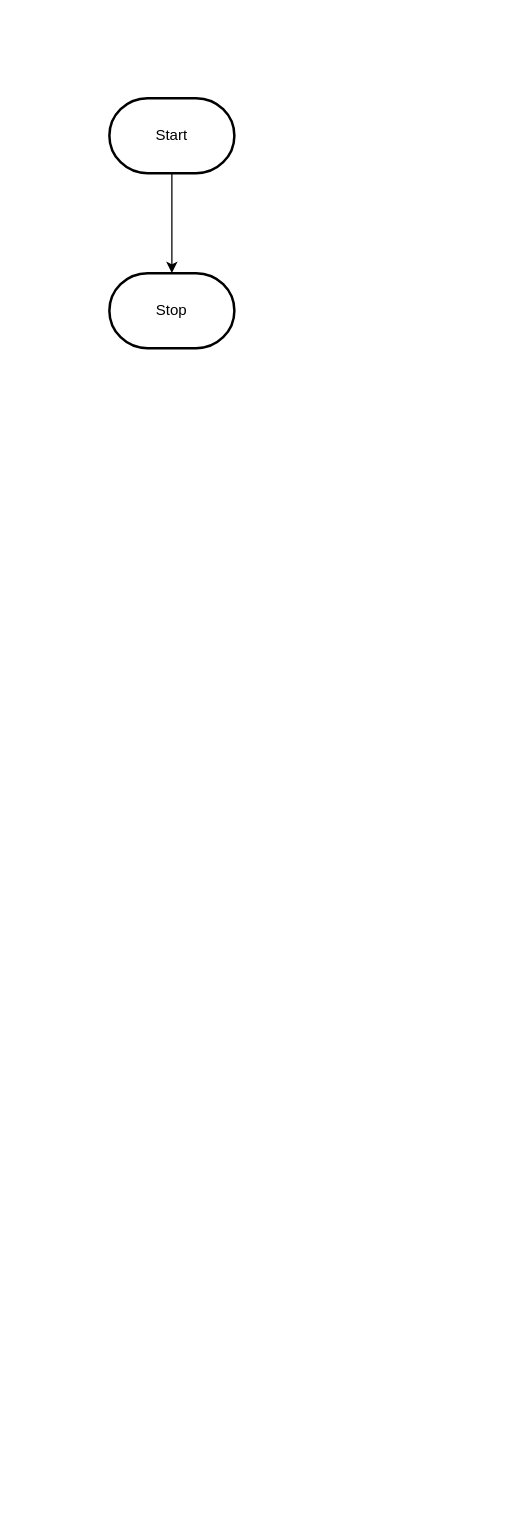
MTHS-ICD2O-1-2024/ICD2O-Final-Project-adrina.peighambarzadeh keeps this draw.io diagram as design/flowchart.drawio. Above is the earlier version. Source tidied: cells renumbered, new cells numbered last; positions are measured from the earlier drawing's top-left corner, leaving out a move shared by most shapes. Both pictures are drawn from the tidied source at 125%, with x=0, y=0 at pixel (109, 98).
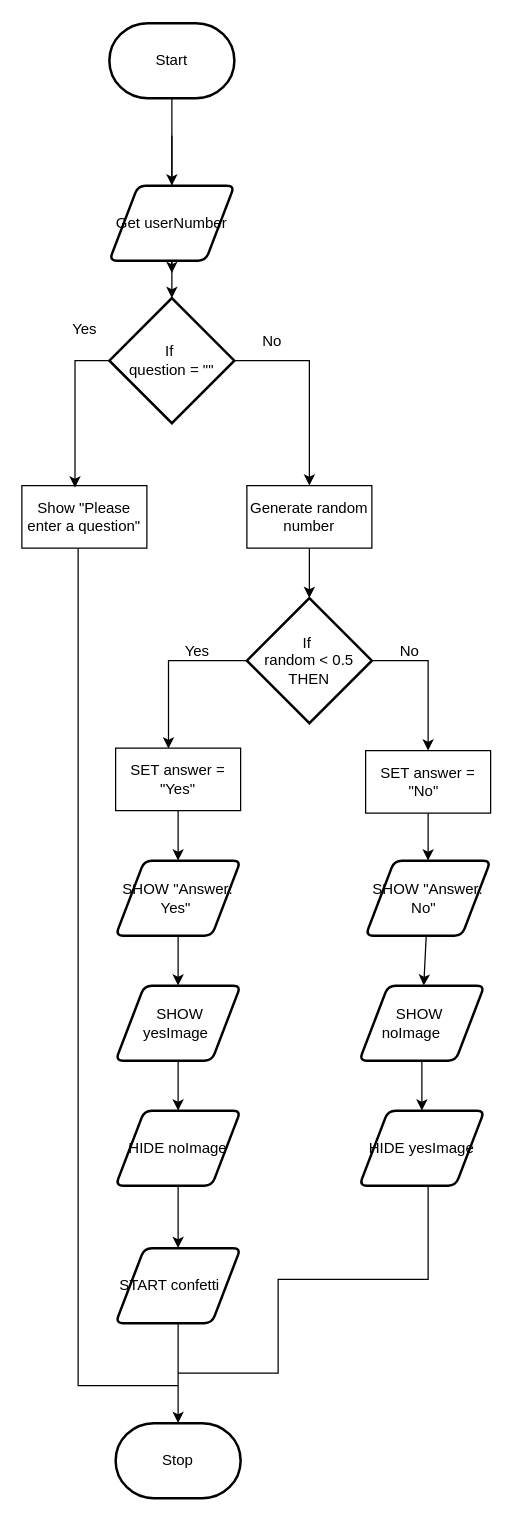
After the change.

Diff of the diagram source:
```diff
@@
-    <mxCell id="2" style="edgeStyle=orthogonalEdgeStyle;html=1;rounded=0;" parent="1" edge="1" source="3" target="4">
-      <mxGeometry relative="1" as="geometry" />
+    <mxCell id="2" style="edgeStyle=orthogonalEdgeStyle;html=1;rounded=0;" parent="1" edge="1" source="3">
+      <mxGeometry relative="1" as="geometry">
+        <mxPoint x="50" y="140" as="targetPoint" />
+      </mxGeometry>
     </mxCell>
     <mxCell id="3" value="Start" style="strokeWidth=2;html=1;shape=mxgraph.flowchart.terminator;whiteSpace=wrap;" parent="1" vertex="1">
-      <mxGeometry width="100" height="60" as="geometry" />
+      <mxGeometry y="-60" width="100" height="60" as="geometry" />
     </mxCell>
+    <mxCell id="5" style="edgeStyle=none;html=1;" parent="1" edge="1" target="7">
+      <mxGeometry relative="1" as="geometry">
+        <mxPoint x="50" y="30" as="sourcePoint" />
+      </mxGeometry>
+    </mxCell>
     <mxCell id="4" value="Stop" style="strokeWidth=2;html=1;shape=mxgraph.flowchart.terminator;whiteSpace=wrap;" parent="1" vertex="1">
-      <mxGeometry y="140" width="100" height="60" as="geometry" />
+      <mxGeometry x="5" y="1060" width="100" height="60" as="geometry" />
     </mxCell>
+    <mxCell id="6" style="edgeStyle=none;html=1;" parent="1" edge="1" source="7" target="9">
+      <mxGeometry relative="1" as="geometry" />
+    </mxCell>
+    <mxCell id="7" value="Get userNumber" style="shape=parallelogram;html=1;strokeWidth=2;perimeter=parallelogramPerimeter;whiteSpace=wrap;rounded=1;arcSize=12;size=0.23;" parent="1" vertex="1">
+      <mxGeometry y="70" width="100" height="60" as="geometry" />
+    </mxCell>
+    <mxCell id="8" style="edgeStyle=orthogonalEdgeStyle;html=1;exitX=1;exitY=0.5;exitDx=0;exitDy=0;exitPerimeter=0;entryX=0.5;entryY=0;entryDx=0;entryDy=0;rounded=0;" parent="1" edge="1" source="9" target="13">
+      <mxGeometry relative="1" as="geometry" />
+    </mxCell>
+    <mxCell id="9" value="If&amp;nbsp;&lt;div&gt;question = &quot;&quot;&lt;/div&gt;" style="strokeWidth=2;html=1;shape=mxgraph.flowchart.decision;whiteSpace=wrap;" parent="1" vertex="1">
+      <mxGeometry y="160" width="100" height="100" as="geometry" />
+    </mxCell>
+    <mxCell id="10" style="edgeStyle=orthogonalEdgeStyle;html=1;exitX=0.5;exitY=1;exitDx=0;exitDy=0;rounded=0;endArrow=none;endFill=0;" parent="1" edge="1">
+      <mxGeometry relative="1" as="geometry">
+        <mxPoint x="-25" y="360" as="sourcePoint" />
+        <mxPoint x="55" y="1030" as="targetPoint" />
+        <Array as="points">
+          <mxPoint x="-25" y="1030" />
+        </Array>
+      </mxGeometry>
+    </mxCell>
+    <mxCell id="11" value="Show &quot;Please enter a question&quot;" style="html=1;dashed=0;whiteSpace=wrap;" parent="1" vertex="1">
+      <mxGeometry x="-70" y="310" width="100" height="50" as="geometry" />
+    </mxCell>
+    <mxCell id="12" style="edgeStyle=none;html=1;" parent="1" edge="1" source="13" target="15">
+      <mxGeometry relative="1" as="geometry" />
+    </mxCell>
+    <mxCell id="13" value="Generate random number" style="html=1;dashed=0;whiteSpace=wrap;" parent="1" vertex="1">
+      <mxGeometry x="110" y="310" width="100" height="50" as="geometry" />
+    </mxCell>
+    <mxCell id="14" style="edgeStyle=orthogonalEdgeStyle;html=1;exitX=1;exitY=0.5;exitDx=0;exitDy=0;exitPerimeter=0;entryX=0.5;entryY=0;entryDx=0;entryDy=0;rounded=0;" parent="1" edge="1" source="15" target="19">
+      <mxGeometry relative="1" as="geometry" />
+    </mxCell>
+    <mxCell id="15" value="If&amp;nbsp;&lt;div&gt;random &amp;lt; 0.5 THEN&lt;/div&gt;" style="strokeWidth=2;html=1;shape=mxgraph.flowchart.decision;whiteSpace=wrap;" parent="1" vertex="1">
+      <mxGeometry x="110" y="400" width="100" height="100" as="geometry" />
+    </mxCell>
+    <mxCell id="16" style="edgeStyle=none;html=1;" parent="1" edge="1" source="17" target="21">
+      <mxGeometry relative="1" as="geometry" />
+    </mxCell>
+    <mxCell id="17" value="SET answer = &quot;Yes&quot;" style="html=1;dashed=0;whiteSpace=wrap;" parent="1" vertex="1">
+      <mxGeometry x="5" y="520" width="100" height="50" as="geometry" />
+    </mxCell>
+    <mxCell id="18" style="edgeStyle=none;html=1;" parent="1" edge="1" source="19" target="29">
+      <mxGeometry relative="1" as="geometry" />
+    </mxCell>
+    <mxCell id="19" value="SET answer = &quot;No&quot;&amp;nbsp;&amp;nbsp;" style="html=1;dashed=0;whiteSpace=wrap;" parent="1" vertex="1">
+      <mxGeometry x="205" y="522" width="100" height="50" as="geometry" />
+    </mxCell>
+    <mxCell id="20" style="edgeStyle=none;html=1;" parent="1" edge="1" source="21" target="23">
+      <mxGeometry relative="1" as="geometry" />
+    </mxCell>
+    <mxCell id="21" value="SHOW &quot;Answer: Yes&quot;&amp;nbsp;" style="shape=parallelogram;html=1;strokeWidth=2;perimeter=parallelogramPerimeter;whiteSpace=wrap;rounded=1;arcSize=12;size=0.23;" parent="1" vertex="1">
+      <mxGeometry x="5" y="610" width="100" height="60" as="geometry" />
+    </mxCell>
+    <mxCell id="22" style="edgeStyle=none;html=1;" parent="1" edge="1" source="23" target="25">
+      <mxGeometry relative="1" as="geometry" />
+    </mxCell>
+    <mxCell id="23" value="&amp;nbsp;SHOW yesImage&amp;nbsp;" style="shape=parallelogram;html=1;strokeWidth=2;perimeter=parallelogramPerimeter;whiteSpace=wrap;rounded=1;arcSize=12;size=0.23;" parent="1" vertex="1">
+      <mxGeometry x="5" y="710" width="100" height="60" as="geometry" />
+    </mxCell>
+    <mxCell id="24" style="edgeStyle=none;html=1;" parent="1" edge="1" source="25" target="27">
+      <mxGeometry relative="1" as="geometry" />
+    </mxCell>
+    <mxCell id="25" value="HIDE noImage" style="shape=parallelogram;html=1;strokeWidth=2;perimeter=parallelogramPerimeter;whiteSpace=wrap;rounded=1;arcSize=12;size=0.23;" parent="1" vertex="1">
+      <mxGeometry x="5" y="810" width="100" height="60" as="geometry" />
+    </mxCell>
+    <mxCell id="26" style="edgeStyle=none;html=1;" parent="1" edge="1" source="27" target="4">
+      <mxGeometry relative="1" as="geometry" />
+    </mxCell>
+    <mxCell id="27" value="START confetti&amp;nbsp; &amp;nbsp;&amp;nbsp;" style="shape=parallelogram;html=1;strokeWidth=2;perimeter=parallelogramPerimeter;whiteSpace=wrap;rounded=1;arcSize=12;size=0.23;" parent="1" vertex="1">
+      <mxGeometry x="5" y="920" width="100" height="60" as="geometry" />
+    </mxCell>
+    <mxCell id="28" style="edgeStyle=none;html=1;" parent="1" edge="1" source="29" target="31">
+      <mxGeometry relative="1" as="geometry" />
+    </mxCell>
+    <mxCell id="29" value="SHOW &quot;Answer: No&quot;&amp;nbsp;&amp;nbsp;" style="shape=parallelogram;html=1;strokeWidth=2;perimeter=parallelogramPerimeter;whiteSpace=wrap;rounded=1;arcSize=12;size=0.23;" parent="1" vertex="1">
+      <mxGeometry x="205" y="610" width="100" height="60" as="geometry" />
+    </mxCell>
+    <mxCell id="30" style="edgeStyle=none;html=1;" parent="1" edge="1" source="31" target="33">
+      <mxGeometry relative="1" as="geometry" />
+    </mxCell>
+    <mxCell id="31" value="SHOW&amp;nbsp;&lt;div&gt;noImage&amp;nbsp; &amp;nbsp; &amp;nbsp;&lt;/div&gt;" style="shape=parallelogram;html=1;strokeWidth=2;perimeter=parallelogramPerimeter;whiteSpace=wrap;rounded=1;arcSize=12;size=0.23;" parent="1" vertex="1">
+      <mxGeometry x="200" y="710" width="100" height="60" as="geometry" />
+    </mxCell>
+    <mxCell id="32" style="edgeStyle=orthogonalEdgeStyle;html=1;exitX=0.5;exitY=1;exitDx=0;exitDy=0;endArrow=none;endFill=0;rounded=0;curved=0;" parent="1" edge="1">
+      <mxGeometry relative="1" as="geometry">
+        <mxPoint x="255" y="870" as="sourcePoint" />
+        <mxPoint x="55" y="1020" as="targetPoint" />
+        <Array as="points">
+          <mxPoint x="255" y="945" />
+          <mxPoint x="135" y="945" />
+          <mxPoint x="135" y="1020" />
+        </Array>
+      </mxGeometry>
+    </mxCell>
+    <mxCell id="33" value="HIDE yesImage" style="shape=parallelogram;html=1;strokeWidth=2;perimeter=parallelogramPerimeter;whiteSpace=wrap;rounded=1;arcSize=12;size=0.23;" parent="1" vertex="1">
+      <mxGeometry x="200" y="810" width="100" height="60" as="geometry" />
+    </mxCell>
+    <mxCell id="34" value="Yes" style="text;html=1;align=center;verticalAlign=middle;strokeColor=none;fillColor=none;" parent="1" vertex="1">
+      <mxGeometry x="-40" y="170" width="40" height="30" as="geometry" />
+    </mxCell>
+    <mxCell id="35" value="No" style="text;html=1;align=center;verticalAlign=middle;strokeColor=none;fillColor=none;" parent="1" vertex="1">
+      <mxGeometry x="110" y="180" width="40" height="30" as="geometry" />
+    </mxCell>
+    <mxCell id="36" value="Yes" style="text;html=1;align=center;verticalAlign=middle;strokeColor=none;fillColor=none;" parent="1" vertex="1">
+      <mxGeometry x="50" y="428" width="40" height="30" as="geometry" />
+    </mxCell>
+    <mxCell id="37" value="No" style="text;html=1;align=center;verticalAlign=middle;strokeColor=none;fillColor=none;" parent="1" vertex="1">
+      <mxGeometry x="220" y="428" width="40" height="30" as="geometry" />
+    </mxCell>
+    <mxCell id="38" style="edgeStyle=orthogonalEdgeStyle;html=1;exitX=0;exitY=0.5;exitDx=0;exitDy=0;exitPerimeter=0;entryX=0.423;entryY=0.008;entryDx=0;entryDy=0;entryPerimeter=0;rounded=0;curved=0;" parent="1" edge="1" source="15" target="17">
+      <mxGeometry relative="1" as="geometry" />
+    </mxCell>
+    <mxCell id="39" style="edgeStyle=orthogonalEdgeStyle;html=1;exitX=0;exitY=0.5;exitDx=0;exitDy=0;exitPerimeter=0;entryX=0.425;entryY=0.031;entryDx=0;entryDy=0;entryPerimeter=0;rounded=0;curved=0;" parent="1" edge="1" source="9" target="11">
+      <mxGeometry relative="1" as="geometry" />
+    </mxCell>
```
